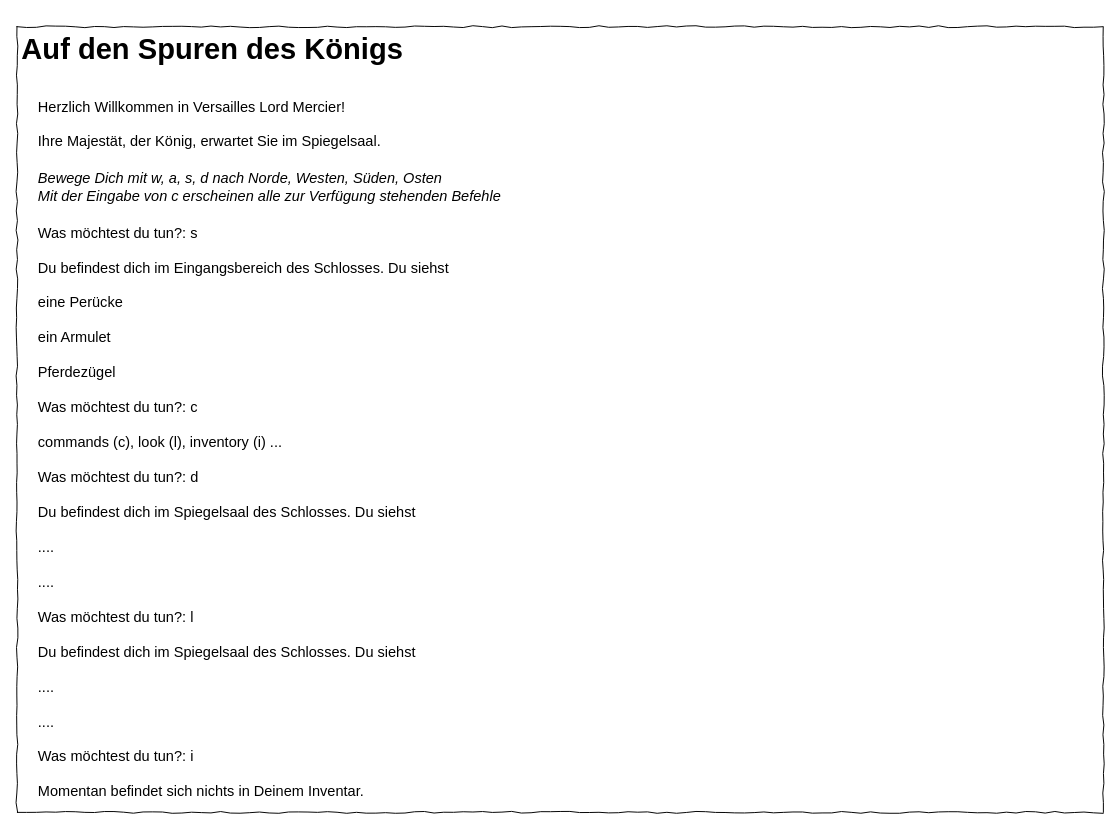
Vivian-Wolf/SoftwaredesignMIB4 keeps this draw.io diagram as Abschlussarbeit/Konzeption/ui-scribble.drawio. Above is the earlier version. Source tidied: cells renumbered, new cells numbered last; positions are measured from the earlier drawing's top-left corner, leaving out a move shared by most shapes. Both pictures are drawn from the tidied source at 97%, with x=0, y=0 at pixel (16, 26).
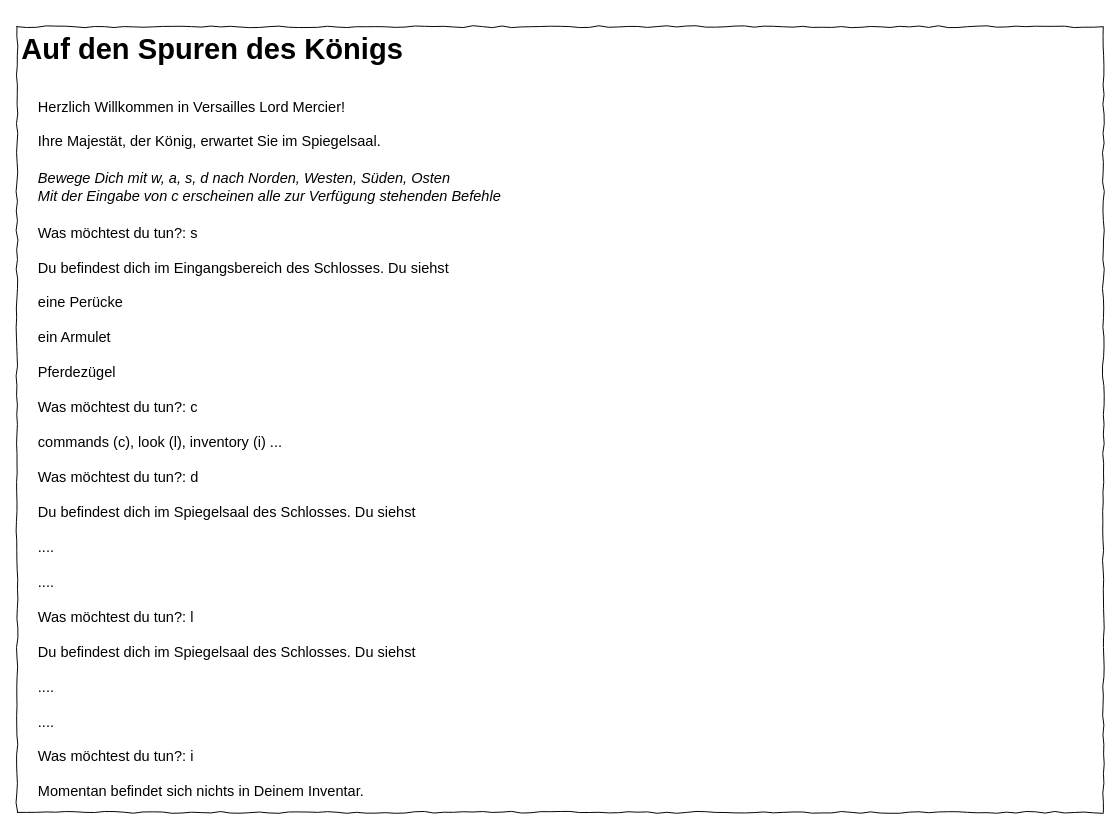
Above is the later version.

The edit, as a diff of the source:
```diff
@@
 <mxGraphModel>
   <root>
     <mxCell id="0" />
     <mxCell id="1" parent="0" />
     <mxCell id="2" value="&lt;div style=&quot;text-align: left&quot;&gt;&lt;br&gt;&lt;/div&gt;" style="rounded=0;whiteSpace=wrap;html=1;shadow=0;glass=0;comic=1;strokeColor=#000000;labelPosition=center;verticalLabelPosition=middle;align=left;verticalAlign=top;absoluteArcSize=1;arcSize=50;" parent="1" vertex="1">
       <mxGeometry width="1120" height="810" as="geometry" />
     </mxCell>
     <mxCell id="3" value="&lt;h1&gt;&lt;font style=&quot;font-size: 30px&quot;&gt;Auf den Spuren des Königs&lt;/font&gt;&lt;/h1&gt;" style="text;html=1;strokeColor=none;fillColor=none;spacing=5;spacingTop=-20;whiteSpace=wrap;overflow=hidden;rounded=0;" parent="1" vertex="1">
       <mxGeometry width="1120" height="50" as="geometry" />
     </mxCell>
     <mxCell id="4" value="&lt;font style=&quot;font-size: 15px&quot;&gt;Herzlich Willkommen in Versailles Lord Mercier!&lt;br&gt;&lt;br&gt;Ihre Majestät, der König, erwartet Sie im Spiegelsaal.&lt;/font&gt;" style="text;html=1;strokeColor=none;fillColor=none;align=left;verticalAlign=middle;whiteSpace=wrap;rounded=0;" parent="1" vertex="1">
       <mxGeometry x="20" y="60" width="400" height="80" as="geometry" />
     </mxCell>
-    <mxCell id="5" value="&lt;div style=&quot;font-size: 15px&quot;&gt;&lt;i&gt;&lt;font style=&quot;font-size: 15px&quot;&gt;Bewege Dich mit w, a, s, d nach Norde, Westen, Süden, Osten&lt;/font&gt;&lt;/i&gt;&lt;/div&gt;&lt;i style=&quot;font-size: 15px&quot;&gt;&lt;div&gt;&lt;i&gt;&lt;font style=&quot;font-size: 15px&quot;&gt;Mit der Eingabe von c erscheinen alle zur Verfügung stehenden Befehle&lt;/font&gt;&lt;/i&gt;&lt;/div&gt;&lt;/i&gt;" style="text;html=1;strokeColor=none;fillColor=none;align=left;verticalAlign=middle;whiteSpace=wrap;rounded=0;" parent="1" vertex="1">
+    <mxCell id="5" value="&lt;div style=&quot;font-size: 15px&quot;&gt;&lt;i&gt;&lt;font style=&quot;font-size: 15px&quot;&gt;Bewege Dich mit w, a, s, d nach Norden, Westen, Süden, Osten&lt;/font&gt;&lt;/i&gt;&lt;/div&gt;&lt;i style=&quot;font-size: 15px&quot;&gt;&lt;div&gt;&lt;i&gt;&lt;font style=&quot;font-size: 15px&quot;&gt;Mit der Eingabe von c erscheinen alle zur Verfügung stehenden Befehle&lt;/font&gt;&lt;/i&gt;&lt;/div&gt;&lt;/i&gt;" style="text;html=1;strokeColor=none;fillColor=none;align=left;verticalAlign=middle;whiteSpace=wrap;rounded=0;" parent="1" vertex="1">
       <mxGeometry x="20" y="130" width="530" height="70" as="geometry" />
     </mxCell>
     <mxCell id="6" value="&lt;div style=&quot;font-size: 15px&quot;&gt;&lt;font style=&quot;font-size: 15px&quot;&gt;Was möchtest du tun?: s&lt;/font&gt;&lt;/div&gt;&lt;div style=&quot;font-size: 15px&quot;&gt;&lt;font style=&quot;font-size: 15px&quot;&gt;&lt;br&gt;&lt;/font&gt;&lt;/div&gt;&lt;div style=&quot;font-size: 15px&quot;&gt;&lt;span&gt;&lt;font style=&quot;font-size: 15px&quot;&gt;Du befindest dich im Eingangsbereich des Schlosses. Du siehst&lt;/font&gt;&lt;/span&gt;&lt;/div&gt;&lt;div style=&quot;font-size: 15px&quot;&gt;&lt;font style=&quot;font-size: 15px&quot;&gt;&lt;br&gt;&lt;/font&gt;&lt;/div&gt;&lt;div style=&quot;font-size: 15px&quot;&gt;&lt;span&gt;&lt;font style=&quot;font-size: 15px&quot;&gt;eine Perücke&lt;/font&gt;&lt;/span&gt;&lt;/div&gt;&lt;div style=&quot;font-size: 15px&quot;&gt;&lt;font style=&quot;font-size: 15px&quot;&gt;&lt;br&gt;&lt;/font&gt;&lt;/div&gt;&lt;div style=&quot;font-size: 15px&quot;&gt;&lt;span&gt;&lt;font style=&quot;font-size: 15px&quot;&gt;ein Armulet&lt;/font&gt;&lt;/span&gt;&lt;/div&gt;&lt;div style=&quot;font-size: 15px&quot;&gt;&lt;font style=&quot;font-size: 15px&quot;&gt;&lt;br&gt;&lt;/font&gt;&lt;/div&gt;&lt;div style=&quot;font-size: 15px&quot;&gt;&lt;span&gt;&lt;font style=&quot;font-size: 15px&quot;&gt;Pferdezügel&lt;/font&gt;&lt;/span&gt;&lt;/div&gt;&lt;div style=&quot;font-size: 15px&quot;&gt;&lt;font style=&quot;font-size: 15px&quot;&gt;&lt;br&gt;&lt;/font&gt;&lt;/div&gt;&lt;div style=&quot;font-size: 15px&quot;&gt;&lt;span&gt;&lt;font style=&quot;font-size: 15px&quot;&gt;Was möchtest du tun?: c&lt;/font&gt;&lt;/span&gt;&lt;/div&gt;&lt;div style=&quot;font-size: 15px&quot;&gt;&lt;font style=&quot;font-size: 15px&quot;&gt;&lt;br&gt;&lt;/font&gt;&lt;/div&gt;&lt;div style=&quot;font-size: 15px&quot;&gt;&lt;span&gt;&lt;font style=&quot;font-size: 15px&quot;&gt;commands (c), look (l), inventory (i) ...&lt;/font&gt;&lt;/span&gt;&lt;/div&gt;&lt;div style=&quot;font-size: 15px&quot;&gt;&lt;font style=&quot;font-size: 15px&quot;&gt;&lt;br&gt;&lt;/font&gt;&lt;/div&gt;&lt;div style=&quot;font-size: 15px&quot;&gt;&lt;span&gt;&lt;font style=&quot;font-size: 15px&quot;&gt;Was möchtest du tun?: d&lt;/font&gt;&lt;/span&gt;&lt;/div&gt;&lt;div style=&quot;font-size: 15px&quot;&gt;&lt;font style=&quot;font-size: 15px&quot;&gt;&lt;br&gt;&lt;/font&gt;&lt;/div&gt;&lt;div style=&quot;font-size: 15px&quot;&gt;&lt;span&gt;&lt;font style=&quot;font-size: 15px&quot;&gt;Du befindest dich im Spiegelsaal des Schlosses. Du siehst&lt;/font&gt;&lt;/span&gt;&lt;/div&gt;&lt;div style=&quot;font-size: 15px&quot;&gt;&lt;font style=&quot;font-size: 15px&quot;&gt;&lt;br&gt;&lt;/font&gt;&lt;/div&gt;&lt;div style=&quot;font-size: 15px&quot;&gt;&lt;span&gt;&lt;font style=&quot;font-size: 15px&quot;&gt;....&lt;/font&gt;&lt;/span&gt;&lt;/div&gt;&lt;div style=&quot;font-size: 15px&quot;&gt;&lt;font style=&quot;font-size: 15px&quot;&gt;&lt;br&gt;&lt;/font&gt;&lt;/div&gt;&lt;div style=&quot;font-size: 15px&quot;&gt;&lt;span&gt;&lt;font style=&quot;font-size: 15px&quot;&gt;....&lt;/font&gt;&lt;/span&gt;&lt;/div&gt;&lt;div style=&quot;font-size: 15px&quot;&gt;&lt;font style=&quot;font-size: 15px&quot;&gt;&lt;br&gt;&lt;/font&gt;&lt;/div&gt;&lt;div style=&quot;font-size: 15px&quot;&gt;&lt;span&gt;&lt;font style=&quot;font-size: 15px&quot;&gt;Was möchtest du tun?: l&lt;/font&gt;&lt;/span&gt;&lt;/div&gt;&lt;div style=&quot;font-size: 15px&quot;&gt;&lt;font style=&quot;font-size: 15px&quot;&gt;&lt;br&gt;&lt;/font&gt;&lt;/div&gt;&lt;div style=&quot;font-size: 15px&quot;&gt;&lt;span&gt;&lt;font style=&quot;font-size: 15px&quot;&gt;Du befindest dich im Spiegelsaal des Schlosses. Du siehst&lt;/font&gt;&lt;/span&gt;&lt;/div&gt;&lt;div style=&quot;font-size: 15px&quot;&gt;&lt;font style=&quot;font-size: 15px&quot;&gt;&lt;br&gt;&lt;/font&gt;&lt;/div&gt;&lt;div style=&quot;font-size: 15px&quot;&gt;&lt;span&gt;&lt;font style=&quot;font-size: 15px&quot;&gt;....&lt;/font&gt;&lt;/span&gt;&lt;/div&gt;&lt;div style=&quot;font-size: 15px&quot;&gt;&lt;font style=&quot;font-size: 15px&quot;&gt;&lt;br&gt;&lt;/font&gt;&lt;/div&gt;&lt;div style=&quot;font-size: 15px&quot;&gt;&lt;span&gt;&lt;font style=&quot;font-size: 15px&quot;&gt;....&lt;/font&gt;&lt;/span&gt;&lt;/div&gt;&lt;div style=&quot;font-size: 15px&quot;&gt;&lt;span&gt;&lt;font style=&quot;font-size: 15px&quot;&gt;&lt;br&gt;&lt;/font&gt;&lt;/span&gt;&lt;/div&gt;&lt;div style=&quot;font-size: 15px&quot;&gt;&lt;font style=&quot;font-size: 15px&quot;&gt;Was möchtest du tun?: i&lt;br&gt;&lt;br&gt;Momentan befindet sich nichts in Deinem Inventar.&lt;/font&gt;&lt;/div&gt;" style="text;html=1;strokeColor=none;fillColor=none;align=left;verticalAlign=middle;whiteSpace=wrap;rounded=0;" parent="1" vertex="1">
       <mxGeometry x="20" y="200" width="580" height="600" as="geometry" />
     </mxCell>
   </root>
 </mxGraphModel>
```
